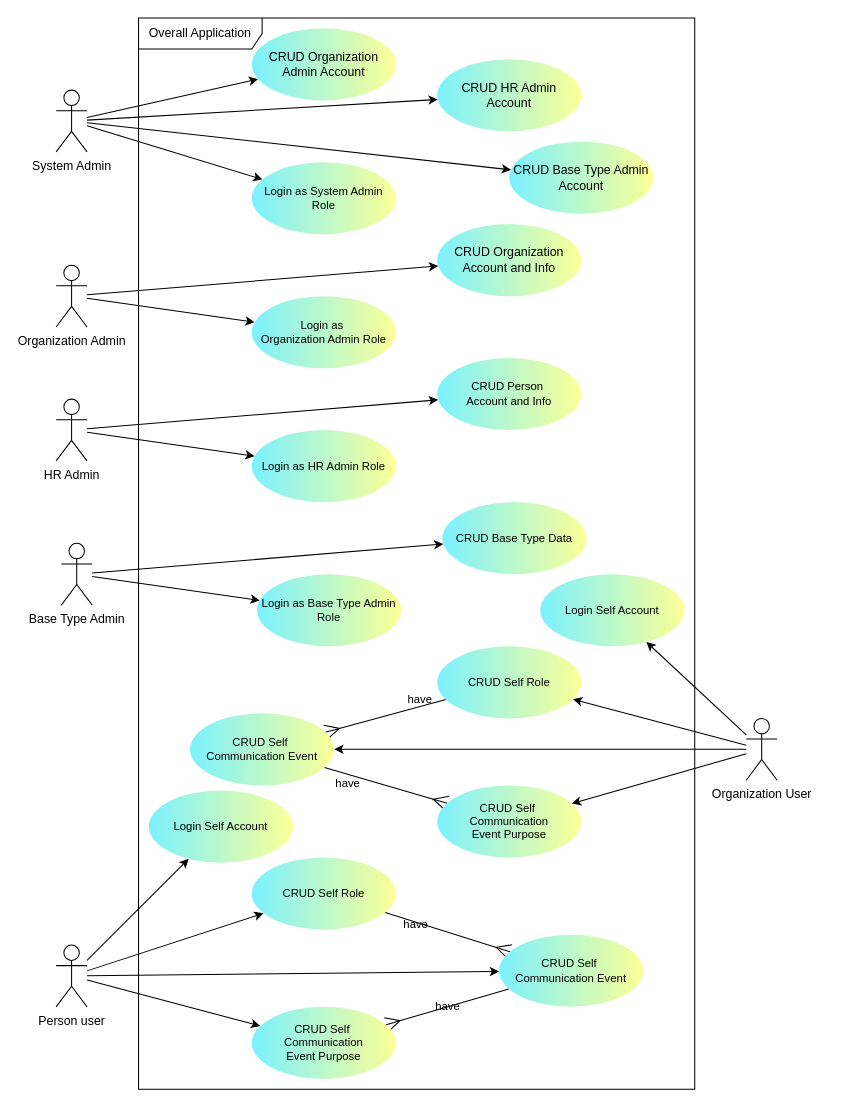
Above: page "1 overall" (1 of 2) of docs/drawio/usecase/AllUsecaseDiagram.drawio in ssszZ-TH/party_fullstack_docker4 (draw.io), before the change. Source tidied: cells renumbered, new cells numbered last; positions are measured from the earlier drawing's top-left corner, leaving out a move shared by most shapes. Both pictures are drawn from the tidied source at 103%, with x=0, y=0 at pixel (56, 18).
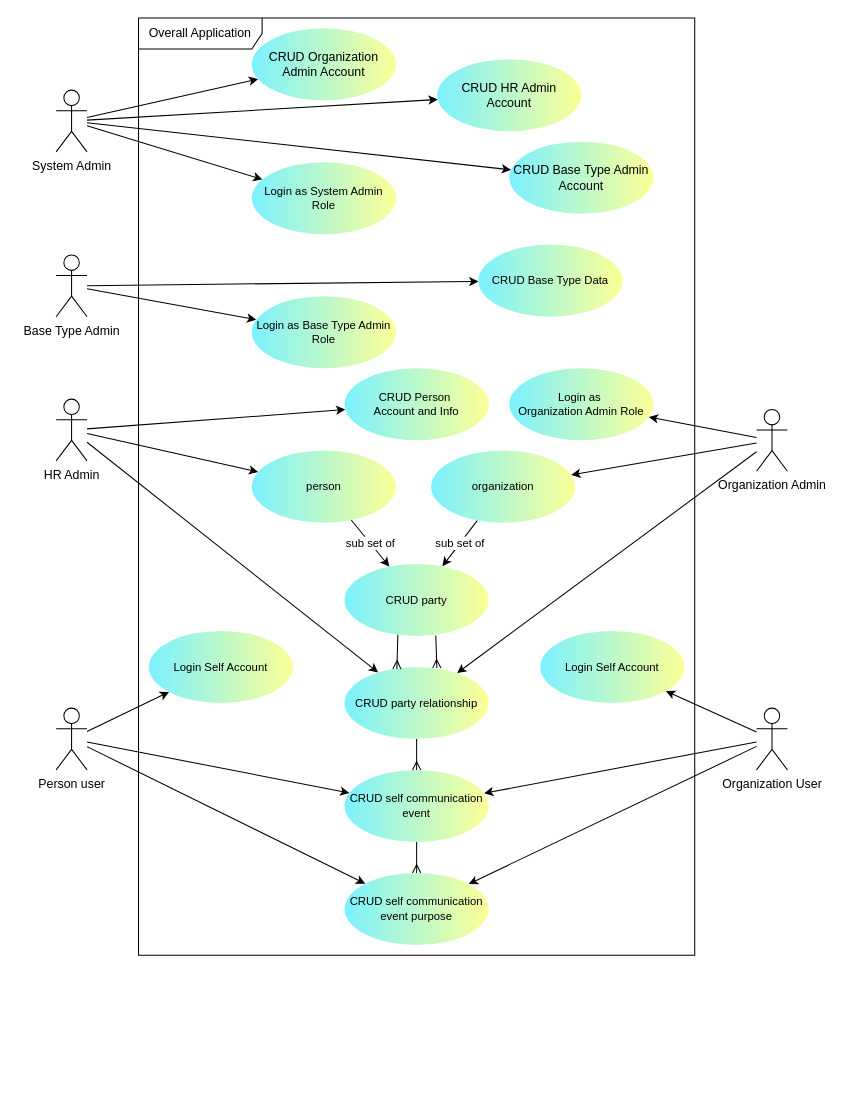
Above is the later version.

The change refers to these unchanged cells:
```xml
<mxCell id="13" value="HR Admin" style="shape=umlActor;verticalLabelPosition=bottom;verticalAlign=top;html=1;labelBackgroundColor=none;" parent="1" vertex="1">
  <mxGeometry y="370" width="30" height="60" as="geometry" />
</mxCell>
```

What changed in the source:
```diff
@@
     <mxCell id="2" value="Overall Application" style="shape=umlFrame;whiteSpace=wrap;html=1;width=120;height=30;labelBackgroundColor=none;" parent="1" vertex="1">
-      <mxGeometry x="80" width="540" height="1040" as="geometry" />
+      <mxGeometry x="80" width="540" height="910" as="geometry" />
     </mxCell>
@@
-    <mxCell id="8" style="edgeStyle=none;shape=connector;rounded=0;jettySize=auto;html=1;align=center;verticalAlign=middle;fontFamily=Helvetica;fontSize=11;fontColor=default;labelBackgroundColor=none;endArrow=classic;" parent="1" edge="1" source="10" target="26">
-      <mxGeometry relative="1" as="geometry" />
-    </mxCell>
@@
+    <mxCell id="49" style="edgeStyle=none;shape=connector;rounded=0;jettySize=auto;html=1;strokeColor=default;align=center;verticalAlign=middle;fontFamily=Helvetica;fontSize=11;fontColor=default;labelBackgroundColor=default;endArrow=classic;" parent="1" edge="1" source="10" target="64">
+      <mxGeometry relative="1" as="geometry" />
+    </mxCell>
+    <mxCell id="50" style="edgeStyle=none;shape=connector;rounded=0;jettySize=auto;html=1;strokeColor=default;align=center;verticalAlign=middle;fontFamily=Helvetica;fontSize=11;fontColor=default;labelBackgroundColor=default;endArrow=classic;" parent="1" edge="1" source="10" target="56">
+      <mxGeometry relative="1" as="geometry" />
+    </mxCell>
     <mxCell id="10" value="Organization Admin" style="shape=umlActor;verticalLabelPosition=bottom;verticalAlign=top;html=1;labelBackgroundColor=none;" parent="1" vertex="1">
-      <mxGeometry y="240" width="30" height="60" as="geometry" />
+      <mxGeometry x="680" y="380" width="30" height="60" as="geometry" />
     </mxCell>
@@
-    <mxCell id="12" style="edgeStyle=none;shape=connector;rounded=0;jettySize=auto;html=1;align=center;verticalAlign=middle;fontFamily=Helvetica;fontSize=11;fontColor=default;labelBackgroundColor=none;endArrow=classic;" parent="1" edge="1" source="13" target="30">
+    <mxCell id="12" style="edgeStyle=none;shape=connector;rounded=0;jettySize=auto;html=1;align=center;verticalAlign=middle;fontFamily=Helvetica;fontSize=11;fontColor=default;labelBackgroundColor=none;endArrow=classic;" parent="1" edge="1" source="13" target="62">
       <mxGeometry relative="1" as="geometry" />
     </mxCell>
+    <mxCell id="51" style="rounded=0;jettySize=auto;html=1;" parent="1" edge="1" source="13" target="56">
+      <mxGeometry relative="1" as="geometry" />
+    </mxCell>
@@
-    <mxCell id="14" style="edgeStyle=none;shape=connector;rounded=0;jettySize=auto;html=1;align=center;verticalAlign=middle;fontFamily=Helvetica;fontSize=11;fontColor=default;labelBackgroundColor=none;endArrow=classic;" parent="1" edge="1" source="18" target="36">
-      <mxGeometry relative="1" as="geometry" />
-    </mxCell>
-    <mxCell id="15" style="edgeStyle=none;shape=connector;rounded=0;jettySize=auto;html=1;align=center;verticalAlign=middle;fontFamily=Helvetica;fontSize=11;fontColor=default;labelBackgroundColor=none;endArrow=classic;" parent="1" edge="1" source="18" target="39">
-      <mxGeometry relative="1" as="geometry" />
-    </mxCell>
-    <mxCell id="16" style="edgeStyle=none;shape=connector;rounded=0;jettySize=auto;html=1;align=center;verticalAlign=middle;fontFamily=Helvetica;fontSize=11;fontColor=default;labelBackgroundColor=none;endArrow=classic;" parent="1" edge="1" source="18" target="40">
-      <mxGeometry relative="1" as="geometry" />
-    </mxCell>
@@
+    <mxCell id="52" style="edgeStyle=none;shape=connector;rounded=0;jettySize=auto;html=1;strokeColor=default;align=center;verticalAlign=middle;fontFamily=Helvetica;fontSize=11;fontColor=default;labelBackgroundColor=default;endArrow=classic;" parent="1" edge="1" source="18" target="57">
+      <mxGeometry relative="1" as="geometry" />
+    </mxCell>
+    <mxCell id="53" style="edgeStyle=none;shape=connector;rounded=0;jettySize=auto;html=1;strokeColor=default;align=center;verticalAlign=middle;fontFamily=Helvetica;fontSize=11;fontColor=default;labelBackgroundColor=default;endArrow=classic;" parent="1" edge="1" source="18" target="58">
+      <mxGeometry relative="1" as="geometry" />
+    </mxCell>
     <mxCell id="18" value="Person user" style="shape=umlActor;verticalLabelPosition=bottom;verticalAlign=top;html=1;labelBackgroundColor=none;" parent="1" vertex="1">
-      <mxGeometry y="900" width="30" height="60" as="geometry" />
+      <mxGeometry y="670" width="30" height="60" as="geometry" />
     </mxCell>
-    <mxCell id="19" style="edgeStyle=none;shape=connector;rounded=0;jettySize=auto;html=1;align=center;verticalAlign=middle;fontFamily=Helvetica;fontSize=11;fontColor=default;labelBackgroundColor=none;endArrow=classic;" parent="1" edge="1" source="23" target="32">
-      <mxGeometry relative="1" as="geometry" />
-    </mxCell>
-    <mxCell id="20" style="edgeStyle=none;shape=connector;rounded=0;jettySize=auto;html=1;align=center;verticalAlign=middle;fontFamily=Helvetica;fontSize=11;fontColor=default;labelBackgroundColor=none;endArrow=classic;" parent="1" edge="1" source="23" target="34">
-      <mxGeometry relative="1" as="geometry" />
-    </mxCell>
-    <mxCell id="21" style="edgeStyle=none;shape=connector;rounded=0;jettySize=auto;html=1;align=center;verticalAlign=middle;fontFamily=Helvetica;fontSize=11;fontColor=default;labelBackgroundColor=none;endArrow=classic;" parent="1" edge="1" source="23" target="37">
-      <mxGeometry relative="1" as="geometry" />
-    </mxCell>
@@
+    <mxCell id="54" style="edgeStyle=none;shape=connector;rounded=0;jettySize=auto;html=1;strokeColor=default;align=center;verticalAlign=middle;fontFamily=Helvetica;fontSize=11;fontColor=default;labelBackgroundColor=default;endArrow=classic;" parent="1" edge="1" source="23" target="57">
+      <mxGeometry relative="1" as="geometry" />
+    </mxCell>
+    <mxCell id="55" style="edgeStyle=none;shape=connector;rounded=0;jettySize=auto;html=1;strokeColor=default;align=center;verticalAlign=middle;fontFamily=Helvetica;fontSize=11;fontColor=default;labelBackgroundColor=default;endArrow=classic;" parent="1" edge="1" source="23" target="58">
+      <mxGeometry relative="1" as="geometry" />
+    </mxCell>
     <mxCell id="23" value="Organization User" style="shape=umlActor;verticalLabelPosition=bottom;verticalAlign=top;html=1;labelBackgroundColor=none;" parent="1" vertex="1">
-      <mxGeometry x="670" y="680" width="30" height="60" as="geometry" />
+      <mxGeometry x="680" y="670" width="30" height="60" as="geometry" />
     </mxCell>
@@
-    <mxCell id="26" value="CRUD Organization Account and Info" style="ellipse;whiteSpace=wrap;html=1;gradientDirection=east;labelBackgroundColor=none;gradientColor=#FCFF96;fillColor=#7BF1FF;strokeColor=none;" parent="1" vertex="1">
-      <mxGeometry x="370" y="200" width="140" height="70" as="geometry" />
-    </mxCell>
     <mxCell id="27" value="&lt;span&gt;CRUD &lt;/span&gt;&lt;span&gt;Person&amp;nbsp;&lt;/span&gt;&lt;div&gt;&lt;span style=&quot;color: light-dark(rgb(0, 0, 0), rgb(255, 255, 255));&quot;&gt;Account &lt;/span&gt;&lt;span style=&quot;color: light-dark(rgb(0, 0, 0), rgb(255, 255, 255));&quot;&gt;and I&lt;/span&gt;&lt;span style=&quot;color: light-dark(rgb(0, 0, 0), rgb(255, 255, 255));&quot;&gt;nfo&lt;/span&gt;&lt;/div&gt;" style="ellipse;whiteSpace=wrap;html=1;fontFamily=Helvetica;fontSize=11;labelBackgroundColor=none;gradientDirection=east;gradientColor=#FCFF96;fillColor=#7BF1FF;strokeColor=none;" parent="1" vertex="1">
-      <mxGeometry x="370" y="330" width="140" height="70" as="geometry" />
+      <mxGeometry x="280" y="340" width="140" height="70" as="geometry" />
     </mxCell>
@@
     <mxCell id="29" value="Login as&amp;nbsp;&lt;div&gt;Organization Admin Role&lt;/div&gt;" style="ellipse;whiteSpace=wrap;html=1;fontFamily=Helvetica;fontSize=11;labelBackgroundColor=none;gradientDirection=east;gradientColor=#FCFF96;fillColor=#7BF1FF;strokeColor=none;" parent="1" vertex="1">
-      <mxGeometry x="190" y="270" width="140" height="70" as="geometry" />
+      <mxGeometry x="440" y="340" width="140" height="70" as="geometry" />
     </mxCell>
-    <mxCell id="30" value="Login as HR Admin Role" style="ellipse;whiteSpace=wrap;html=1;fontFamily=Helvetica;fontSize=11;labelBackgroundColor=none;gradientDirection=east;gradientColor=#FCFF96;fillColor=#7BF1FF;strokeColor=none;" parent="1" vertex="1">
-      <mxGeometry x="190" y="400" width="140" height="70" as="geometry" />
-    </mxCell>
-    <mxCell id="31" value="have" style="edgeStyle=none;shape=connector;rounded=0;jettySize=auto;html=1;align=center;verticalAlign=middle;fontFamily=Helvetica;fontSize=11;fontColor=default;labelBackgroundColor=none;endArrow=ERmany;endFill=0;endSize=12;" parent="1" edge="1" source="32" target="34">
-      <mxGeometry x="-0.58" y="-6" relative="1" as="geometry" />
-    </mxCell>
-    <mxCell id="32" value="CRUD Self Role" style="ellipse;whiteSpace=wrap;html=1;fontFamily=Helvetica;fontSize=11;labelBackgroundColor=none;gradientDirection=east;gradientColor=#FCFF96;fillColor=#7BF1FF;strokeColor=none;" parent="1" vertex="1">
-      <mxGeometry x="370" y="610" width="140" height="70" as="geometry" />
-    </mxCell>
-    <mxCell id="33" value="have" style="edgeStyle=none;shape=connector;rounded=0;jettySize=auto;html=1;align=center;verticalAlign=middle;fontFamily=Helvetica;fontSize=11;fontColor=default;labelBackgroundColor=none;endArrow=ERmany;endFill=0;endSize=12;" parent="1" edge="1" source="34" target="37">
-      <mxGeometry x="-0.58" y="-8" relative="1" as="geometry" />
-    </mxCell>
-    <mxCell id="34" value="CRUD Self&amp;nbsp;&lt;div&gt;Communication Event&lt;/div&gt;" style="ellipse;whiteSpace=wrap;html=1;fontFamily=Helvetica;fontSize=11;labelBackgroundColor=none;gradientDirection=east;gradientColor=#FCFF96;fillColor=#7BF1FF;strokeColor=none;" parent="1" vertex="1">
-      <mxGeometry x="130" y="675" width="140" height="70" as="geometry" />
-    </mxCell>
-    <mxCell id="35" value="have" style="edgeStyle=none;shape=connector;rounded=0;jettySize=auto;html=1;align=center;verticalAlign=middle;fontFamily=Helvetica;fontSize=11;fontColor=default;labelBackgroundColor=none;endArrow=ERmany;endFill=0;endSize=12;" parent="1" edge="1" source="36" target="39">
-      <mxGeometry x="-0.49" y="-2" relative="1" as="geometry" />
-    </mxCell>
-    <mxCell id="36" value="CRUD Self Role" style="ellipse;whiteSpace=wrap;html=1;fontFamily=Helvetica;fontSize=11;labelBackgroundColor=none;gradientDirection=east;gradientColor=#FCFF96;fillColor=#7BF1FF;strokeColor=none;" parent="1" vertex="1">
-      <mxGeometry x="190" y="815" width="140" height="70" as="geometry" />
-    </mxCell>
-    <mxCell id="37" value="CRUD Self&amp;nbsp;&lt;div&gt;Communication&lt;/div&gt;&lt;div&gt;Event Purpose&lt;/div&gt;" style="ellipse;whiteSpace=wrap;html=1;fontFamily=Helvetica;fontSize=11;labelBackgroundColor=none;gradientDirection=east;gradientColor=#FCFF96;fillColor=#7BF1FF;strokeColor=none;" parent="1" vertex="1">
-      <mxGeometry x="370" y="745" width="140" height="70" as="geometry" />
-    </mxCell>
-    <mxCell id="38" value="have" style="edgeStyle=none;shape=connector;rounded=0;jettySize=auto;html=1;align=center;verticalAlign=middle;fontFamily=Helvetica;fontSize=11;fontColor=default;labelBackgroundColor=none;endArrow=ERmany;endFill=0;endSize=12;" parent="1" edge="1" source="39" target="40">
-      <mxGeometry relative="1" as="geometry" />
-    </mxCell>
-    <mxCell id="39" value="CRUD Self&amp;nbsp;&lt;div&gt;Communication Event&lt;/div&gt;" style="ellipse;whiteSpace=wrap;html=1;fontFamily=Helvetica;fontSize=11;labelBackgroundColor=none;gradientDirection=east;gradientColor=#FCFF96;fillColor=#7BF1FF;strokeColor=none;" parent="1" vertex="1">
-      <mxGeometry x="430" y="890" width="140" height="70" as="geometry" />
-    </mxCell>
-    <mxCell id="40" value="CRUD Self&amp;nbsp;&lt;div&gt;Communication&lt;/div&gt;&lt;div&gt;Event Purpose&lt;/div&gt;" style="ellipse;whiteSpace=wrap;html=1;fontFamily=Helvetica;fontSize=11;labelBackgroundColor=none;gradientDirection=east;gradientColor=#FCFF96;fillColor=#7BF1FF;strokeColor=none;" parent="1" vertex="1">
-      <mxGeometry x="190" y="960" width="140" height="70" as="geometry" />
-    </mxCell>
@@
     <mxCell id="44" value="Base Type Admin" style="shape=umlActor;verticalLabelPosition=bottom;verticalAlign=top;html=1;labelBackgroundColor=none;" parent="1" vertex="1">
-      <mxGeometry x="5" y="510" width="30" height="60" as="geometry" />
+      <mxGeometry y="230" width="30" height="60" as="geometry" />
     </mxCell>
     <mxCell id="45" value="&lt;span&gt;CRUD &lt;/span&gt;&lt;span&gt;Base Type&amp;nbsp;&lt;/span&gt;&lt;span style=&quot;background-color: transparent; color: light-dark(rgb(0, 0, 0), rgb(255, 255, 255));&quot;&gt;Data&lt;/span&gt;" style="ellipse;whiteSpace=wrap;html=1;fontFamily=Helvetica;fontSize=11;labelBackgroundColor=none;gradientDirection=east;gradientColor=#FCFF96;fillColor=#7BF1FF;strokeColor=none;" parent="1" vertex="1">
-      <mxGeometry x="375" y="470" width="140" height="70" as="geometry" />
+      <mxGeometry x="410" y="220" width="140" height="70" as="geometry" />
     </mxCell>
     <mxCell id="46" value="Login as Base Type Admin Role" style="ellipse;whiteSpace=wrap;html=1;fontFamily=Helvetica;fontSize=11;labelBackgroundColor=none;gradientDirection=east;gradientColor=#FCFF96;fillColor=#7BF1FF;strokeColor=none;" parent="1" vertex="1">
-      <mxGeometry x="195" y="540" width="140" height="70" as="geometry" />
+      <mxGeometry x="190" y="270" width="140" height="70" as="geometry" />
     </mxCell>
     <mxCell id="47" value="Login Self Account" style="ellipse;whiteSpace=wrap;html=1;fontFamily=Helvetica;fontSize=11;labelBackgroundColor=none;gradientDirection=east;gradientColor=#FCFF96;fillColor=#7BF1FF;strokeColor=none;" parent="1" vertex="1">
-      <mxGeometry x="470" y="540" width="140" height="70" as="geometry" />
+      <mxGeometry x="470" y="595" width="140" height="70" as="geometry" />
     </mxCell>
     <mxCell id="48" value="Login Self Account" style="ellipse;whiteSpace=wrap;html=1;fontFamily=Helvetica;fontSize=11;labelBackgroundColor=none;gradientDirection=east;gradientColor=#FCFF96;fillColor=#7BF1FF;strokeColor=none;" parent="1" vertex="1">
-      <mxGeometry x="90" y="750" width="140" height="70" as="geometry" />
+      <mxGeometry x="90" y="595" width="140" height="70" as="geometry" />
     </mxCell>
+    <mxCell id="56" value="CRUD party relationship" style="ellipse;whiteSpace=wrap;html=1;fontFamily=Helvetica;fontSize=11;labelBackgroundColor=none;gradientDirection=east;gradientColor=#FCFF96;fillColor=#7BF1FF;strokeColor=none;" parent="1" vertex="1">
+      <mxGeometry x="280" y="630" width="140" height="70" as="geometry" />
+    </mxCell>
+    <mxCell id="57" value="CRUD self communication event" style="ellipse;whiteSpace=wrap;html=1;fontFamily=Helvetica;fontSize=11;labelBackgroundColor=none;gradientDirection=east;gradientColor=#FCFF96;fillColor=#7BF1FF;strokeColor=none;" parent="1" vertex="1">
+      <mxGeometry x="280" y="730" width="140" height="70" as="geometry" />
+    </mxCell>
+    <mxCell id="58" value="CRUD self communication event purpose" style="ellipse;whiteSpace=wrap;html=1;fontFamily=Helvetica;fontSize=11;labelBackgroundColor=none;gradientDirection=east;gradientColor=#FCFF96;fillColor=#7BF1FF;strokeColor=none;" parent="1" vertex="1">
+      <mxGeometry x="280" y="830" width="140" height="70" as="geometry" />
+    </mxCell>
+    <mxCell id="59" style="edgeStyle=none;shape=connector;rounded=0;jettySize=auto;html=1;strokeColor=default;align=center;verticalAlign=middle;fontFamily=Helvetica;fontSize=11;fontColor=default;labelBackgroundColor=default;endArrow=ERmany;exitX=0.37;exitY=0.98;exitDx=0;exitDy=0;exitPerimeter=0;entryX=0.363;entryY=0.029;entryDx=0;entryDy=0;entryPerimeter=0;endFill=0;" parent="1" edge="1" source="60" target="56">
+      <mxGeometry relative="1" as="geometry" />
+    </mxCell>
+    <mxCell id="60" value="CRUD party" style="ellipse;whiteSpace=wrap;html=1;fontFamily=Helvetica;fontSize=11;labelBackgroundColor=none;gradientDirection=east;gradientColor=#FCFF96;fillColor=#7BF1FF;strokeColor=none;" parent="1" vertex="1">
+      <mxGeometry x="280" y="530" width="140" height="70" as="geometry" />
+    </mxCell>
+    <mxCell id="61" value="sub set of" style="edgeStyle=none;shape=connector;rounded=0;jettySize=auto;html=1;strokeColor=default;align=center;verticalAlign=middle;fontFamily=Helvetica;fontSize=11;fontColor=default;labelBackgroundColor=default;endArrow=classic;" parent="1" edge="1" source="62" target="60">
+      <mxGeometry relative="1" as="geometry" />
+    </mxCell>
+    <mxCell id="62" value="person" style="ellipse;whiteSpace=wrap;html=1;fontFamily=Helvetica;fontSize=11;labelBackgroundColor=none;gradientDirection=east;gradientColor=#FCFF96;fillColor=#7BF1FF;strokeColor=none;" parent="1" vertex="1">
+      <mxGeometry x="190" y="420" width="140" height="70" as="geometry" />
+    </mxCell>
+    <mxCell id="63" value="sub set of" style="edgeStyle=none;shape=connector;rounded=0;jettySize=auto;html=1;strokeColor=default;align=center;verticalAlign=middle;fontFamily=Helvetica;fontSize=11;fontColor=default;labelBackgroundColor=default;endArrow=classic;endFill=1;" parent="1" edge="1" source="64" target="60">
+      <mxGeometry relative="1" as="geometry" />
+    </mxCell>
+    <mxCell id="64" value="organization" style="ellipse;whiteSpace=wrap;html=1;fontFamily=Helvetica;fontSize=11;labelBackgroundColor=none;gradientDirection=east;gradientColor=#FCFF96;fillColor=#7BF1FF;strokeColor=none;" parent="1" vertex="1">
+      <mxGeometry x="364" y="420" width="140" height="70" as="geometry" />
+    </mxCell>
+    <mxCell id="65" style="edgeStyle=none;shape=connector;rounded=0;jettySize=auto;html=1;strokeColor=default;align=center;verticalAlign=middle;fontFamily=Helvetica;fontSize=11;fontColor=default;labelBackgroundColor=default;endArrow=ERmany;exitX=0.633;exitY=0.994;exitDx=0;exitDy=0;exitPerimeter=0;entryX=0.64;entryY=0.015;entryDx=0;entryDy=0;entryPerimeter=0;endFill=0;" parent="1" edge="1" source="60" target="56">
+      <mxGeometry relative="1" as="geometry" />
+    </mxCell>
+    <mxCell id="66" style="edgeStyle=none;shape=connector;rounded=0;jettySize=auto;html=1;strokeColor=default;align=center;verticalAlign=middle;fontFamily=Helvetica;fontSize=11;fontColor=default;labelBackgroundColor=default;endArrow=ERmany;endFill=0;" parent="1" edge="1" source="56" target="57">
+      <mxGeometry relative="1" as="geometry" />
+    </mxCell>
+    <mxCell id="67" style="edgeStyle=none;shape=connector;rounded=0;jettySize=auto;html=1;strokeColor=default;align=center;verticalAlign=middle;fontFamily=Helvetica;fontSize=11;fontColor=default;labelBackgroundColor=default;endArrow=ERmany;endFill=0;" parent="1" edge="1" source="57" target="58">
+      <mxGeometry relative="1" as="geometry" />
+    </mxCell>
```
